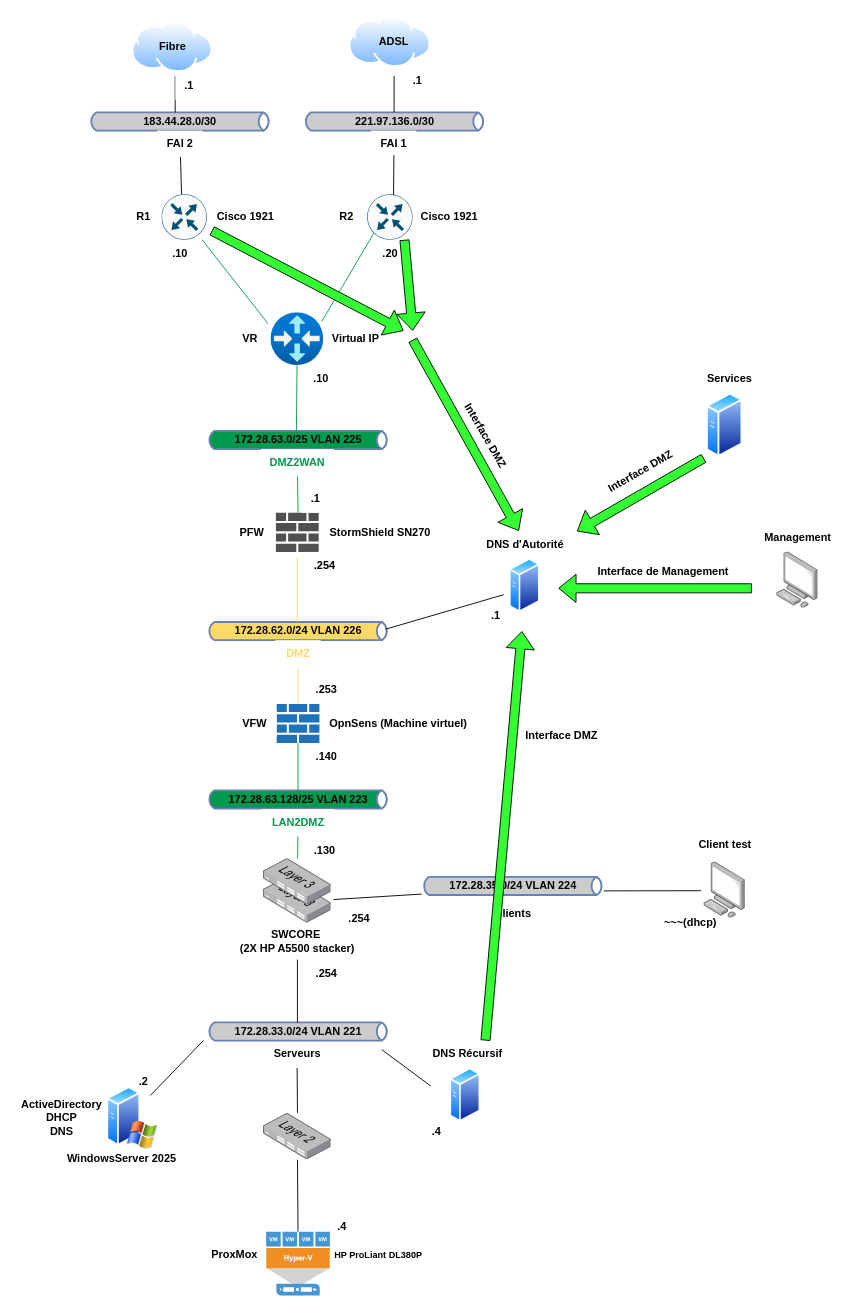
Before: docs/DNS/Ressources/shema_reseaux_DNS.drawio in Sym-0ne/sport-ludique-Chartres, a draw.io diagram. Source tidied: cells renumbered, new cells numbered last; positions are measured from the earlier drawing's top-left corner, leaving out a move shared by most shapes. Both pictures are drawn from the tidied source at 91%, with x=0, y=0 at pixel (15, 15).
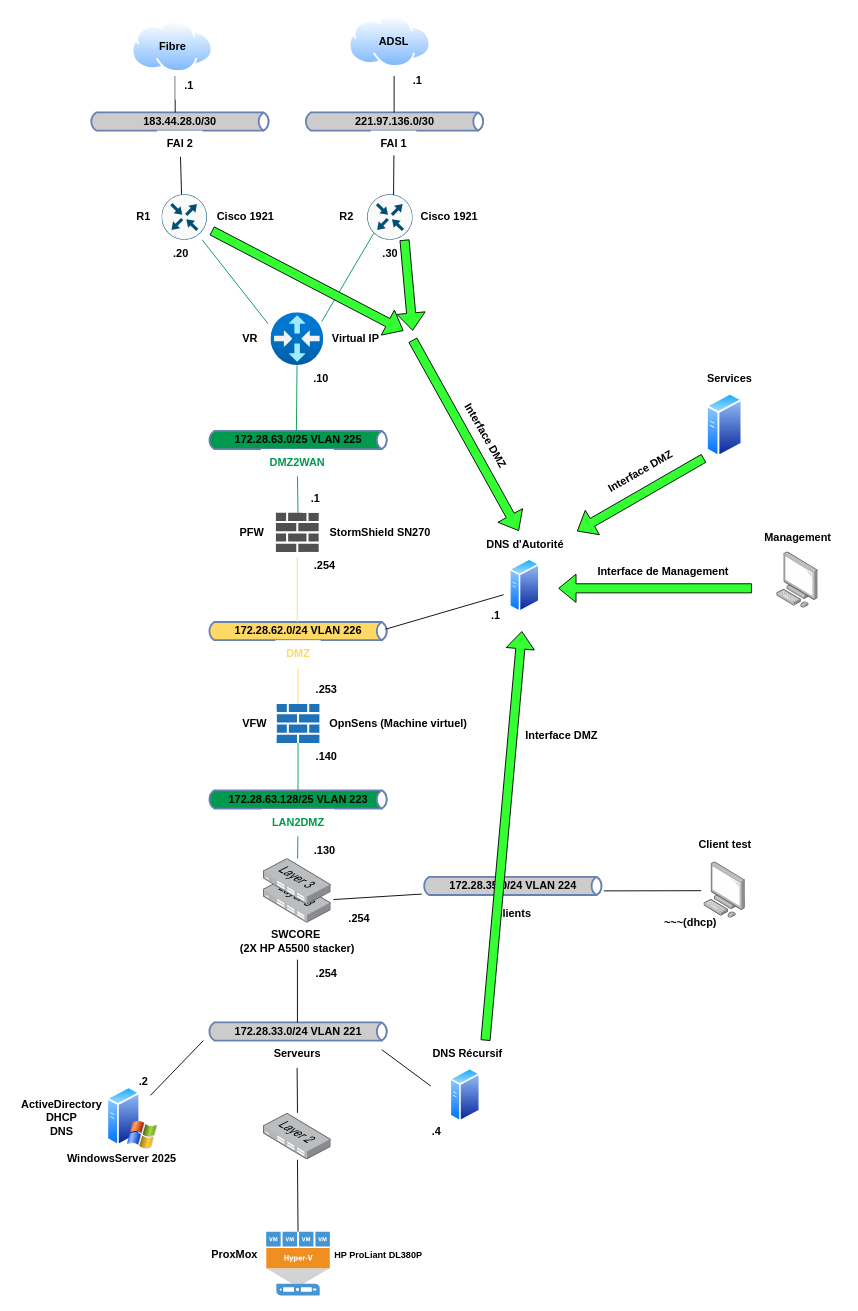
Above is the later version.

What changed in the source:
```diff
@@
-    <mxCell id="38" value=".20" style="text;html=1;align=center;verticalAlign=middle;strokeColor=none;fillColor=default;fontStyle=1;" parent="1" vertex="1">
+    <mxCell id="38" value=".30" style="text;html=1;align=center;verticalAlign=middle;strokeColor=none;fillColor=default;fontStyle=1;" parent="1" vertex="1">
       <mxGeometry x="391" y="246" width="40" height="30" as="geometry" />
     </mxCell>
-    <mxCell id="39" value=".10" style="text;html=1;align=center;verticalAlign=middle;strokeColor=none;fillColor=default;fontStyle=1;" parent="1" vertex="1">
-      <mxGeometry x="160" y="246" width="40" height="30" as="geometry" />
+    <mxCell id="39" value=".20" style="text;html=1;align=center;verticalAlign=middle;strokeColor=none;fillColor=default;fontStyle=1;" parent="1" vertex="1">
+      <mxGeometry x="161" y="246" width="40" height="30" as="geometry" />
     </mxCell>
@@
-    <mxCell id="68" value=".4" style="text;html=1;align=center;verticalAlign=middle;strokeColor=none;fillColor=none;fontStyle=1;labelBackgroundColor=default;" parent="1" vertex="1">
-      <mxGeometry x="343.2" y="1316" width="30" height="30" as="geometry" />
-    </mxCell>
```
